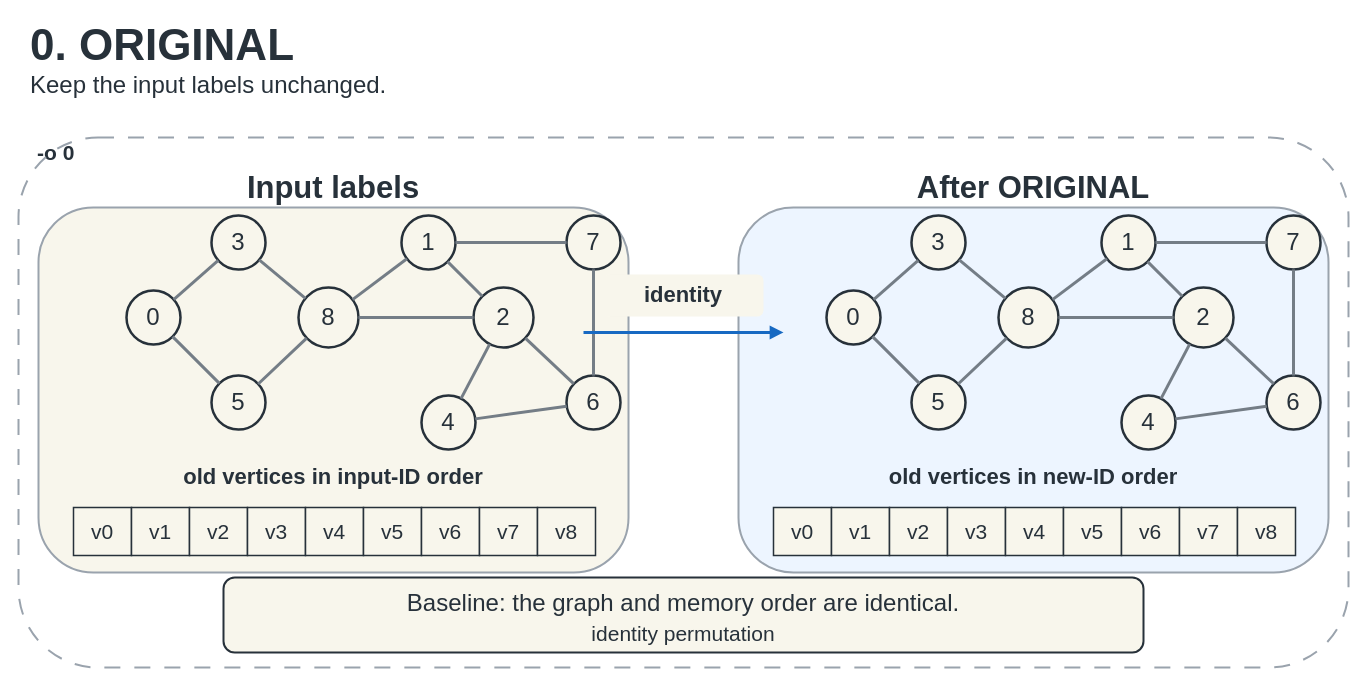
This is page "ORIGINAL" (2 of 18) of docs/figures/editable/GraphBrew-reordering-figures.drawio from UVA-LavaLab/GraphBrew, a draw.io file, before an edit. Source tidied: cells renumbered, new cells numbered last; positions are measured from the earlier drawing's top-left corner, leaving out a move shared by most shapes. Both pictures are drawn from the tidied source at 100%, with x=0, y=0 at pixel (18, 22).
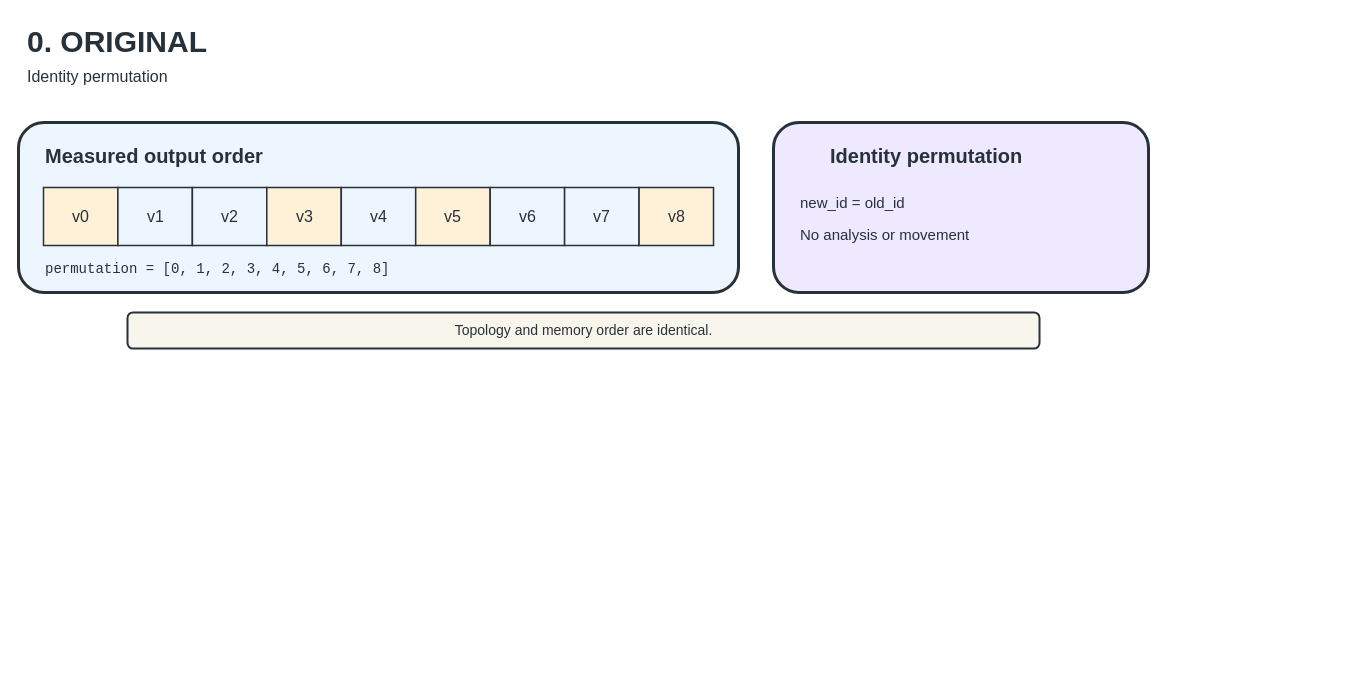
Above is the later version.

Diff of the diagram source:
```diff
@@
-    <mxCell id="2" value="0. ORIGINAL" style="text;html=1;strokeColor=none;fillColor=none;align=left;verticalAlign=middle;whiteSpace=wrap;fontSize=44;fontStyle=1;fontColor=#27313A;" parent="1" vertex="1">
-      <mxGeometry x="10" width="700" height="45" as="geometry" />
+    <mxCell id="2" value="0. ORIGINAL" style="text;html=1;strokeColor=none;fillColor=none;fontSize=30;fontStyle=1;fontColor=#27313A;" parent="1" vertex="1">
+      <mxGeometry x="7" y="-5" width="700" height="42" as="geometry" />
     </mxCell>
-    <mxCell id="3" value="Keep the input labels unchanged." style="text;html=1;strokeColor=none;fillColor=none;align=left;verticalAlign=middle;whiteSpace=wrap;fontSize=24;fontColor=#27313A;" parent="1" vertex="1">
-      <mxGeometry x="10" y="45" width="1100" height="35" as="geometry" />
+    <mxCell id="3" value="Identity permutation" style="text;html=1;strokeColor=none;fillColor=none;fontSize=16;fontColor=#27313A;" parent="1" vertex="1">
+      <mxGeometry x="7" y="38" width="1050" height="28" as="geometry" />
     </mxCell>
-    <mxCell id="4" value="-o 0" style="text;html=1;strokeColor=none;fillColor=none;align=left;verticalAlign=middle;whiteSpace=wrap;fontSize=21;fontStyle=1;fontColor=#27313A;" parent="1" vertex="1">
-      <mxGeometry x="17" y="115" width="250" height="30" as="geometry" />
-    </mxCell>
-    <mxCell id="5" style="rounded=1;whiteSpace=wrap;html=1;fillColor=none;strokeColor=#9AA3AD;dashed=1;dashPattern=8 7;strokeWidth=2;" parent="1" vertex="1">
-      <mxGeometry y="115" width="1330" height="530" as="geometry" />
-    </mxCell>
-    <mxCell id="6" style="rounded=1;whiteSpace=wrap;html=1;fillColor=#F8F6EC;strokeColor=#9AA3AD;strokeWidth=2;opacity=100;" parent="1" vertex="1">
-      <mxGeometry x="20" y="185" width="590" height="365" as="geometry" />
-    </mxCell>
-    <mxCell id="7" style="rounded=1;whiteSpace=wrap;html=1;fillColor=#EDF5FF;strokeColor=#9AA3AD;strokeWidth=2;opacity=100;" parent="1" vertex="1">
-      <mxGeometry x="720" y="185" width="590" height="365" as="geometry" />
-    </mxCell>
-    <mxCell id="8" value="Input labels" style="text;html=1;strokeColor=none;fillColor=none;align=center;verticalAlign=middle;whiteSpace=wrap;fontSize=31;fontStyle=1;fontColor=#27313A;" parent="1" vertex="1">
-      <mxGeometry x="185" y="145" width="260" height="40" as="geometry" />
-    </mxCell>
-    <mxCell id="9" value="After ORIGINAL" style="text;html=1;strokeColor=none;fillColor=none;align=center;verticalAlign=middle;whiteSpace=wrap;fontSize=31;fontStyle=1;fontColor=#27313A;" parent="1" vertex="1">
-      <mxGeometry x="885" y="145" width="260" height="40" as="geometry" />
-    </mxCell>
-    <mxCell id="10" value="0" style="ellipse;whiteSpace=wrap;html=1;fillColor=#F8F6EC;strokeColor=#27313A;strokeWidth=2.5;fontSize=24;fontColor=#27313A;" parent="1" vertex="1">
-      <mxGeometry x="108" y="268" width="54" height="54" as="geometry" />
-    </mxCell>
-    <mxCell id="11" value="3" style="ellipse;whiteSpace=wrap;html=1;fillColor=#F8F6EC;strokeColor=#27313A;strokeWidth=2.5;fontSize=24;fontColor=#27313A;" parent="1" vertex="1">
-      <mxGeometry x="193" y="193" width="54" height="54" as="geometry" />
-    </mxCell>
-    <mxCell id="12" value="5" style="ellipse;whiteSpace=wrap;html=1;fillColor=#F8F6EC;strokeColor=#27313A;strokeWidth=2.5;fontSize=24;fontColor=#27313A;" parent="1" vertex="1">
-      <mxGeometry x="193" y="353" width="54" height="54" as="geometry" />
-    </mxCell>
-    <mxCell id="13" value="8" style="ellipse;whiteSpace=wrap;html=1;fillColor=#F8F6EC;strokeColor=#27313A;strokeWidth=2.5;fontSize=24;fontColor=#27313A;" parent="1" vertex="1">
-      <mxGeometry x="280" y="265" width="60" height="60" as="geometry" />
-    </mxCell>
-    <mxCell id="14" value="1" style="ellipse;whiteSpace=wrap;html=1;fillColor=#F8F6EC;strokeColor=#27313A;strokeWidth=2.5;fontSize=24;fontColor=#27313A;" parent="1" vertex="1">
-      <mxGeometry x="383" y="193" width="54" height="54" as="geometry" />
-    </mxCell>
-    <mxCell id="15" value="2" style="ellipse;whiteSpace=wrap;html=1;fillColor=#F8F6EC;strokeColor=#27313A;strokeWidth=2.5;fontSize=24;fontColor=#27313A;" parent="1" vertex="1">
-      <mxGeometry x="455" y="265" width="60" height="60" as="geometry" />
-    </mxCell>
-    <mxCell id="16" value="4" style="ellipse;whiteSpace=wrap;html=1;fillColor=#F8F6EC;strokeColor=#27313A;strokeWidth=2.5;fontSize=24;fontColor=#27313A;" parent="1" vertex="1">
-      <mxGeometry x="403" y="373" width="54" height="54" as="geometry" />
-    </mxCell>
-    <mxCell id="17" value="6" style="ellipse;whiteSpace=wrap;html=1;fillColor=#F8F6EC;strokeColor=#27313A;strokeWidth=2.5;fontSize=24;fontColor=#27313A;" parent="1" vertex="1">
-      <mxGeometry x="548" y="353" width="54" height="54" as="geometry" />
-    </mxCell>
-    <mxCell id="18" value="7" style="ellipse;whiteSpace=wrap;html=1;fillColor=#F8F6EC;strokeColor=#27313A;strokeWidth=2.5;fontSize=24;fontColor=#27313A;" parent="1" vertex="1">
-      <mxGeometry x="548" y="193" width="54" height="54" as="geometry" />
-    </mxCell>
-    <mxCell id="19" style="endArrow=none;html=1;rounded=0;strokeColor=#747D86;strokeWidth=3;" parent="1" edge="1" source="10" target="11">
-      <mxGeometry relative="1" as="geometry" />
-    </mxCell>
-    <mxCell id="20" style="endArrow=none;html=1;rounded=0;strokeColor=#747D86;strokeWidth=3;" parent="1" edge="1" source="10" target="12">
-      <mxGeometry relative="1" as="geometry" />
-    </mxCell>
-    <mxCell id="21" style="endArrow=none;html=1;rounded=0;strokeColor=#747D86;strokeWidth=3;" parent="1" edge="1" source="11" target="13">
-      <mxGeometry relative="1" as="geometry" />
-    </mxCell>
-    <mxCell id="22" style="endArrow=none;html=1;rounded=0;strokeColor=#747D86;strokeWidth=3;" parent="1" edge="1" source="12" target="13">
-      <mxGeometry relative="1" as="geometry" />
-    </mxCell>
-    <mxCell id="23" style="endArrow=none;html=1;rounded=0;strokeColor=#747D86;strokeWidth=3;" parent="1" edge="1" source="13" target="14">
-      <mxGeometry relative="1" as="geometry" />
-    </mxCell>
-    <mxCell id="24" style="endArrow=none;html=1;rounded=0;strokeColor=#747D86;strokeWidth=3;" parent="1" edge="1" source="13" target="15">
-      <mxGeometry relative="1" as="geometry" />
-    </mxCell>
-    <mxCell id="25" style="endArrow=none;html=1;rounded=0;strokeColor=#747D86;strokeWidth=3;" parent="1" edge="1" source="14" target="15">
-      <mxGeometry relative="1" as="geometry" />
-    </mxCell>
-    <mxCell id="26" style="endArrow=none;html=1;rounded=0;strokeColor=#747D86;strokeWidth=3;" parent="1" edge="1" source="14" target="18">
-      <mxGeometry relative="1" as="geometry" />
-    </mxCell>
-    <mxCell id="27" style="endArrow=none;html=1;rounded=0;strokeColor=#747D86;strokeWidth=3;" parent="1" edge="1" source="15" target="16">
-      <mxGeometry relative="1" as="geometry" />
-    </mxCell>
-    <mxCell id="28" style="endArrow=none;html=1;rounded=0;strokeColor=#747D86;strokeWidth=3;" parent="1" edge="1" source="15" target="17">
-      <mxGeometry relative="1" as="geometry" />
-    </mxCell>
-    <mxCell id="29" style="endArrow=none;html=1;rounded=0;strokeColor=#747D86;strokeWidth=3;" parent="1" edge="1" source="16" target="17">
-      <mxGeometry relative="1" as="geometry" />
-    </mxCell>
-    <mxCell id="30" style="endArrow=none;html=1;rounded=0;strokeColor=#747D86;strokeWidth=3;" parent="1" edge="1" source="17" target="18">
-      <mxGeometry relative="1" as="geometry" />
-    </mxCell>
-    <mxCell id="31" value="0" style="ellipse;whiteSpace=wrap;html=1;fillColor=#F8F6EC;strokeColor=#27313A;strokeWidth=2.5;fontSize=24;fontColor=#27313A;" parent="1" vertex="1">
-      <mxGeometry x="808" y="268" width="54" height="54" as="geometry" />
-    </mxCell>
-    <mxCell id="32" value="3" style="ellipse;whiteSpace=wrap;html=1;fillColor=#F8F6EC;strokeColor=#27313A;strokeWidth=2.5;fontSize=24;fontColor=#27313A;" parent="1" vertex="1">
-      <mxGeometry x="893" y="193" width="54" height="54" as="geometry" />
-    </mxCell>
-    <mxCell id="33" value="5" style="ellipse;whiteSpace=wrap;html=1;fillColor=#F8F6EC;strokeColor=#27313A;strokeWidth=2.5;fontSize=24;fontColor=#27313A;" parent="1" vertex="1">
-      <mxGeometry x="893" y="353" width="54" height="54" as="geometry" />
-    </mxCell>
-    <mxCell id="34" value="8" style="ellipse;whiteSpace=wrap;html=1;fillColor=#F8F6EC;strokeColor=#27313A;strokeWidth=2.5;fontSize=24;fontColor=#27313A;" parent="1" vertex="1">
-      <mxGeometry x="980" y="265" width="60" height="60" as="geometry" />
-    </mxCell>
-    <mxCell id="35" value="1" style="ellipse;whiteSpace=wrap;html=1;fillColor=#F8F6EC;strokeColor=#27313A;strokeWidth=2.5;fontSize=24;fontColor=#27313A;" parent="1" vertex="1">
-      <mxGeometry x="1083" y="193" width="54" height="54" as="geometry" />
-    </mxCell>
-    <mxCell id="36" value="2" style="ellipse;whiteSpace=wrap;html=1;fillColor=#F8F6EC;strokeColor=#27313A;strokeWidth=2.5;fontSize=24;fontColor=#27313A;" parent="1" vertex="1">
-      <mxGeometry x="1155" y="265" width="60" height="60" as="geometry" />
-    </mxCell>
-    <mxCell id="37" value="4" style="ellipse;whiteSpace=wrap;html=1;fillColor=#F8F6EC;strokeColor=#27313A;strokeWidth=2.5;fontSize=24;fontColor=#27313A;" parent="1" vertex="1">
-      <mxGeometry x="1103" y="373" width="54" height="54" as="geometry" />
-    </mxCell>
-    <mxCell id="38" value="6" style="ellipse;whiteSpace=wrap;html=1;fillColor=#F8F6EC;strokeColor=#27313A;strokeWidth=2.5;fontSize=24;fontColor=#27313A;" parent="1" vertex="1">
-      <mxGeometry x="1248" y="353" width="54" height="54" as="geometry" />
-    </mxCell>
-    <mxCell id="39" value="7" style="ellipse;whiteSpace=wrap;html=1;fillColor=#F8F6EC;strokeColor=#27313A;strokeWidth=2.5;fontSize=24;fontColor=#27313A;" parent="1" vertex="1">
-      <mxGeometry x="1248" y="193" width="54" height="54" as="geometry" />
-    </mxCell>
-    <mxCell id="40" style="endArrow=none;html=1;rounded=0;strokeColor=#747D86;strokeWidth=3;" parent="1" edge="1" source="31" target="32">
-      <mxGeometry relative="1" as="geometry" />
-    </mxCell>
-    <mxCell id="41" style="endArrow=none;html=1;rounded=0;strokeColor=#747D86;strokeWidth=3;" parent="1" edge="1" source="31" target="33">
-      <mxGeometry relative="1" as="geometry" />
-    </mxCell>
-    <mxCell id="42" style="endArrow=none;html=1;rounded=0;strokeColor=#747D86;strokeWidth=3;" parent="1" edge="1" source="32" target="34">
-      <mxGeometry relative="1" as="geometry" />
-    </mxCell>
-    <mxCell id="43" style="endArrow=none;html=1;rounded=0;strokeColor=#747D86;strokeWidth=3;" parent="1" edge="1" source="33" target="34">
-      <mxGeometry relative="1" as="geometry" />
-    </mxCell>
-    <mxCell id="44" style="endArrow=none;html=1;rounded=0;strokeColor=#747D86;strokeWidth=3;" parent="1" edge="1" source="34" target="35">
-      <mxGeometry relative="1" as="geometry" />
-    </mxCell>
-    <mxCell id="45" style="endArrow=none;html=1;rounded=0;strokeColor=#747D86;strokeWidth=3;" parent="1" edge="1" source="34" target="36">
-      <mxGeometry relative="1" as="geometry" />
-    </mxCell>
-    <mxCell id="46" style="endArrow=none;html=1;rounded=0;strokeColor=#747D86;strokeWidth=3;" parent="1" edge="1" source="35" target="36">
-      <mxGeometry relative="1" as="geometry" />
-    </mxCell>
-    <mxCell id="47" style="endArrow=none;html=1;rounded=0;strokeColor=#747D86;strokeWidth=3;" parent="1" edge="1" source="35" target="39">
-      <mxGeometry relative="1" as="geometry" />
-    </mxCell>
-    <mxCell id="48" style="endArrow=none;html=1;rounded=0;strokeColor=#747D86;strokeWidth=3;" parent="1" edge="1" source="36" target="37">
-      <mxGeometry relative="1" as="geometry" />
-    </mxCell>
-    <mxCell id="49" style="endArrow=none;html=1;rounded=0;strokeColor=#747D86;strokeWidth=3;" parent="1" edge="1" source="36" target="38">
-      <mxGeometry relative="1" as="geometry" />
-    </mxCell>
-    <mxCell id="50" style="endArrow=none;html=1;rounded=0;strokeColor=#747D86;strokeWidth=3;" parent="1" edge="1" source="37" target="38">
-      <mxGeometry relative="1" as="geometry" />
-    </mxCell>
-    <mxCell id="51" style="endArrow=none;html=1;rounded=0;strokeColor=#747D86;strokeWidth=3;" parent="1" edge="1" source="38" target="39">
-      <mxGeometry relative="1" as="geometry" />
-    </mxCell>
-    <mxCell id="52" style="endArrow=block;endFill=1;html=1;strokeColor=#1769C2;strokeWidth=3;" parent="1" edge="1">
-      <mxGeometry relative="1" as="geometry">
-        <mxPoint x="565" y="310" as="sourcePoint" />
-        <mxPoint x="765" y="310" as="targetPoint" />
-      </mxGeometry>
-    </mxCell>
-    <mxCell id="53" value="identity" style="rounded=1;whiteSpace=wrap;html=1;fillColor=#F8F6EC;strokeColor=none;fontSize=22;fontStyle=1;fontColor=#27313A;align=center;" parent="1" vertex="1">
-      <mxGeometry x="585" y="252" width="160" height="42" as="geometry" />
-    </mxCell>
-    <mxCell id="54" value="old vertices in input-ID order" style="text;html=1;strokeColor=none;fillColor=none;align=center;verticalAlign=middle;whiteSpace=wrap;fontSize=22;fontStyle=1;fontColor=#27313A;" parent="1" vertex="1">
-      <mxGeometry x="60" y="440" width="510" height="30" as="geometry" />
-    </mxCell>
-    <mxCell id="55" value="old vertices in new-ID order" style="text;html=1;strokeColor=none;fillColor=none;align=center;verticalAlign=middle;whiteSpace=wrap;fontSize=22;fontStyle=1;fontColor=#27313A;" parent="1" vertex="1">
-      <mxGeometry x="760" y="440" width="510" height="30" as="geometry" />
-    </mxCell>
-    <mxCell id="56" value="v0" style="rounded=0;whiteSpace=wrap;html=1;fillColor=#F8F6EC;strokeColor=#27313A;strokeWidth=1.5;fontSize=21;fontColor=#27313A;align=center;" parent="1" vertex="1">
-      <mxGeometry x="55" y="485" width="58" height="48" as="geometry" />
-    </mxCell>
-    <mxCell id="57" value="v1" style="rounded=0;whiteSpace=wrap;html=1;fillColor=#F8F6EC;strokeColor=#27313A;strokeWidth=1.5;fontSize=21;fontColor=#27313A;align=center;" parent="1" vertex="1">
-      <mxGeometry x="113" y="485" width="58" height="48" as="geometry" />
-    </mxCell>
-    <mxCell id="58" value="v2" style="rounded=0;whiteSpace=wrap;html=1;fillColor=#F8F6EC;strokeColor=#27313A;strokeWidth=1.5;fontSize=21;fontColor=#27313A;align=center;" parent="1" vertex="1">
-      <mxGeometry x="171" y="485" width="58" height="48" as="geometry" />
-    </mxCell>
-    <mxCell id="59" value="v3" style="rounded=0;whiteSpace=wrap;html=1;fillColor=#F8F6EC;strokeColor=#27313A;strokeWidth=1.5;fontSize=21;fontColor=#27313A;align=center;" parent="1" vertex="1">
-      <mxGeometry x="229" y="485" width="58" height="48" as="geometry" />
-    </mxCell>
-    <mxCell id="60" value="v4" style="rounded=0;whiteSpace=wrap;html=1;fillColor=#F8F6EC;strokeColor=#27313A;strokeWidth=1.5;fontSize=21;fontColor=#27313A;align=center;" parent="1" vertex="1">
-      <mxGeometry x="287" y="485" width="58" height="48" as="geometry" />
-    </mxCell>
-    <mxCell id="61" value="v5" style="rounded=0;whiteSpace=wrap;html=1;fillColor=#F8F6EC;strokeColor=#27313A;strokeWidth=1.5;fontSize=21;fontColor=#27313A;align=center;" parent="1" vertex="1">
-      <mxGeometry x="345" y="485" width="58" height="48" as="geometry" />
-    </mxCell>
-    <mxCell id="62" value="v6" style="rounded=0;whiteSpace=wrap;html=1;fillColor=#F8F6EC;strokeColor=#27313A;strokeWidth=1.5;fontSize=21;fontColor=#27313A;align=center;" parent="1" vertex="1">
-      <mxGeometry x="403" y="485" width="58" height="48" as="geometry" />
-    </mxCell>
-    <mxCell id="63" value="v7" style="rounded=0;whiteSpace=wrap;html=1;fillColor=#F8F6EC;strokeColor=#27313A;strokeWidth=1.5;fontSize=21;fontColor=#27313A;align=center;" parent="1" vertex="1">
-      <mxGeometry x="461" y="485" width="58" height="48" as="geometry" />
-    </mxCell>
-    <mxCell id="64" value="v8" style="rounded=0;whiteSpace=wrap;html=1;fillColor=#F8F6EC;strokeColor=#27313A;strokeWidth=1.5;fontSize=21;fontColor=#27313A;align=center;" parent="1" vertex="1">
-      <mxGeometry x="519" y="485" width="58" height="48" as="geometry" />
-    </mxCell>
-    <mxCell id="65" value="v0" style="rounded=0;whiteSpace=wrap;html=1;fillColor=#F8F6EC;strokeColor=#27313A;strokeWidth=1.5;fontSize=21;fontColor=#27313A;align=center;" parent="1" vertex="1">
-      <mxGeometry x="755" y="485" width="58" height="48" as="geometry" />
-    </mxCell>
-    <mxCell id="66" value="v1" style="rounded=0;whiteSpace=wrap;html=1;fillColor=#F8F6EC;strokeColor=#27313A;strokeWidth=1.5;fontSize=21;fontColor=#27313A;align=center;" parent="1" vertex="1">
-      <mxGeometry x="813" y="485" width="58" height="48" as="geometry" />
-    </mxCell>
-    <mxCell id="67" value="v2" style="rounded=0;whiteSpace=wrap;html=1;fillColor=#F8F6EC;strokeColor=#27313A;strokeWidth=1.5;fontSize=21;fontColor=#27313A;align=center;" parent="1" vertex="1">
-      <mxGeometry x="871" y="485" width="58" height="48" as="geometry" />
-    </mxCell>
-    <mxCell id="68" value="v3" style="rounded=0;whiteSpace=wrap;html=1;fillColor=#F8F6EC;strokeColor=#27313A;strokeWidth=1.5;fontSize=21;fontColor=#27313A;align=center;" parent="1" vertex="1">
-      <mxGeometry x="929" y="485" width="58" height="48" as="geometry" />
-    </mxCell>
-    <mxCell id="69" value="v4" style="rounded=0;whiteSpace=wrap;html=1;fillColor=#F8F6EC;strokeColor=#27313A;strokeWidth=1.5;fontSize=21;fontColor=#27313A;align=center;" parent="1" vertex="1">
-      <mxGeometry x="987" y="485" width="58" height="48" as="geometry" />
-    </mxCell>
-    <mxCell id="70" value="v5" style="rounded=0;whiteSpace=wrap;html=1;fillColor=#F8F6EC;strokeColor=#27313A;strokeWidth=1.5;fontSize=21;fontColor=#27313A;align=center;" parent="1" vertex="1">
-      <mxGeometry x="1045" y="485" width="58" height="48" as="geometry" />
-    </mxCell>
-    <mxCell id="71" value="v6" style="rounded=0;whiteSpace=wrap;html=1;fillColor=#F8F6EC;strokeColor=#27313A;strokeWidth=1.5;fontSize=21;fontColor=#27313A;align=center;" parent="1" vertex="1">
-      <mxGeometry x="1103" y="485" width="58" height="48" as="geometry" />
-    </mxCell>
-    <mxCell id="72" value="v7" style="rounded=0;whiteSpace=wrap;html=1;fillColor=#F8F6EC;strokeColor=#27313A;strokeWidth=1.5;fontSize=21;fontColor=#27313A;align=center;" parent="1" vertex="1">
-      <mxGeometry x="1161" y="485" width="58" height="48" as="geometry" />
-    </mxCell>
-    <mxCell id="73" value="v8" style="rounded=0;whiteSpace=wrap;html=1;fillColor=#F8F6EC;strokeColor=#27313A;strokeWidth=1.5;fontSize=21;fontColor=#27313A;align=center;" parent="1" vertex="1">
-      <mxGeometry x="1219" y="485" width="58" height="48" as="geometry" />
-    </mxCell>
-    <mxCell id="74" style="rounded=1;whiteSpace=wrap;html=1;fillColor=#F8F6EC;strokeColor=#27313A;strokeWidth=2;" parent="1" vertex="1">
-      <mxGeometry x="205" y="555" width="920" height="75" as="geometry" />
-    </mxCell>
-    <mxCell id="75" value="Baseline: the graph and memory order are identical." style="text;html=1;strokeColor=none;fillColor=none;align=center;verticalAlign=middle;whiteSpace=wrap;fontSize=24;fontColor=#27313A;" parent="1" vertex="1">
-      <mxGeometry x="225" y="564" width="880" height="34" as="geometry" />
-    </mxCell>
-    <mxCell id="76" value="identity permutation" style="text;html=1;strokeColor=none;fillColor=none;align=center;verticalAlign=middle;whiteSpace=wrap;fontSize=21;fontColor=#27313A;" parent="1" vertex="1">
-      <mxGeometry x="225" y="598" width="880" height="26" as="geometry" />
-    </mxCell>
+    <mxCell id="77" style="rounded=1;html=1;fillColor=#EDF5FF;strokeColor=#27313A;strokeWidth=3;" parent="1" vertex="1">
+      <mxGeometry y="100" width="720" height="170" as="geometry" />
+    </mxCell>
+    <mxCell id="78" style="rounded=1;html=1;fillColor=#EEE9FF;strokeColor=#27313A;strokeWidth=3;" parent="1" vertex="1">
+      <mxGeometry x="755" y="100" width="375" height="170" as="geometry" />
+    </mxCell>
+    <mxCell id="79" value="Measured output order" style="text;html=1;strokeColor=none;fillColor=none;fontSize=20;fontStyle=1;fontColor=#27313A;" parent="1" vertex="1">
+      <mxGeometry x="25" y="115" width="300" height="35" as="geometry" />
+    </mxCell>
+    <mxCell id="80" value="Identity permutation" style="text;html=1;strokeColor=none;fillColor=none;fontSize=20;fontStyle=1;fontColor=#27313A;" parent="1" vertex="1">
+      <mxGeometry x="810" y="115" width="300" height="35" as="geometry" />
+    </mxCell>
+    <mxCell id="81" value="Topology and memory order are identical." style="rounded=1;html=1;fillColor=#F8F6EC;strokeColor=#27313A;strokeWidth=2;fontSize=14;fontColor=#27313A;align=center;" parent="1" vertex="1">
+      <mxGeometry x="109" y="290" width="912" height="36" as="geometry" />
+    </mxCell>
+    <mxCell id="82" value="v0" style="rounded=0;html=1;align=center;verticalAlign=middle;fillColor=#FFF0D8;strokeColor=#27313A;strokeWidth=1.5;fontSize=16;fontColor=#27313A;" parent="1" vertex="1">
+      <mxGeometry x="25" y="165" width="74.4" height="58" as="geometry" />
+    </mxCell>
+    <mxCell id="83" value="v1" style="rounded=0;html=1;align=center;verticalAlign=middle;fillColor=#EDF5FF;strokeColor=#27313A;strokeWidth=1.5;fontSize=16;fontColor=#27313A;" parent="1" vertex="1">
+      <mxGeometry x="99.4" y="165" width="74.4" height="58" as="geometry" />
+    </mxCell>
+    <mxCell id="84" value="v2" style="rounded=0;html=1;align=center;verticalAlign=middle;fillColor=#EDF5FF;strokeColor=#27313A;strokeWidth=1.5;fontSize=16;fontColor=#27313A;" parent="1" vertex="1">
+      <mxGeometry x="173.9" y="165" width="74.4" height="58" as="geometry" />
+    </mxCell>
+    <mxCell id="85" value="v3" style="rounded=0;html=1;align=center;verticalAlign=middle;fillColor=#FFF0D8;strokeColor=#27313A;strokeWidth=1.5;fontSize=16;fontColor=#27313A;" parent="1" vertex="1">
+      <mxGeometry x="248.3" y="165" width="74.4" height="58" as="geometry" />
+    </mxCell>
+    <mxCell id="86" value="v4" style="rounded=0;html=1;align=center;verticalAlign=middle;fillColor=#EDF5FF;strokeColor=#27313A;strokeWidth=1.5;fontSize=16;fontColor=#27313A;" parent="1" vertex="1">
+      <mxGeometry x="322.8" y="165" width="74.4" height="58" as="geometry" />
+    </mxCell>
+    <mxCell id="87" value="v5" style="rounded=0;html=1;align=center;verticalAlign=middle;fillColor=#FFF0D8;strokeColor=#27313A;strokeWidth=1.5;fontSize=16;fontColor=#27313A;" parent="1" vertex="1">
+      <mxGeometry x="397.2" y="165" width="74.4" height="58" as="geometry" />
+    </mxCell>
+    <mxCell id="88" value="v6" style="rounded=0;html=1;align=center;verticalAlign=middle;fillColor=#EDF5FF;strokeColor=#27313A;strokeWidth=1.5;fontSize=16;fontColor=#27313A;" parent="1" vertex="1">
+      <mxGeometry x="471.7" y="165" width="74.4" height="58" as="geometry" />
+    </mxCell>
+    <mxCell id="89" value="v7" style="rounded=0;html=1;align=center;verticalAlign=middle;fillColor=#EDF5FF;strokeColor=#27313A;strokeWidth=1.5;fontSize=16;fontColor=#27313A;" parent="1" vertex="1">
+      <mxGeometry x="546.1" y="165" width="74.4" height="58" as="geometry" />
+    </mxCell>
+    <mxCell id="90" value="v8" style="rounded=0;html=1;align=center;verticalAlign=middle;fillColor=#FFF0D8;strokeColor=#27313A;strokeWidth=1.5;fontSize=16;fontColor=#27313A;" parent="1" vertex="1">
+      <mxGeometry x="620.6" y="165" width="74.4" height="58" as="geometry" />
+    </mxCell>
+    <mxCell id="91" value="permutation = [0, 1, 2, 3, 4, 5, 6, 7, 8]" style="text;html=1;strokeColor=none;fillColor=none;fontSize=14;fontFamily=Consolas;fontColor=#27313A;" parent="1" vertex="1">
+      <mxGeometry x="25" y="232" width="670" height="28" as="geometry" />
+    </mxCell>
+    <mxCell id="92" value="new_id = old_id" style="text;html=1;strokeColor=none;fillColor=none;fontSize=15;fontColor=#27313A;" parent="1" vertex="1">
+      <mxGeometry x="780" y="165" width="325" height="28" as="geometry" />
+    </mxCell>
+    <mxCell id="93" value="No analysis or movement" style="text;html=1;strokeColor=none;fillColor=none;fontSize=15;fontColor=#27313A;" parent="1" vertex="1">
+      <mxGeometry x="780" y="197" width="325" height="28" as="geometry" />
+    </mxCell>
```
